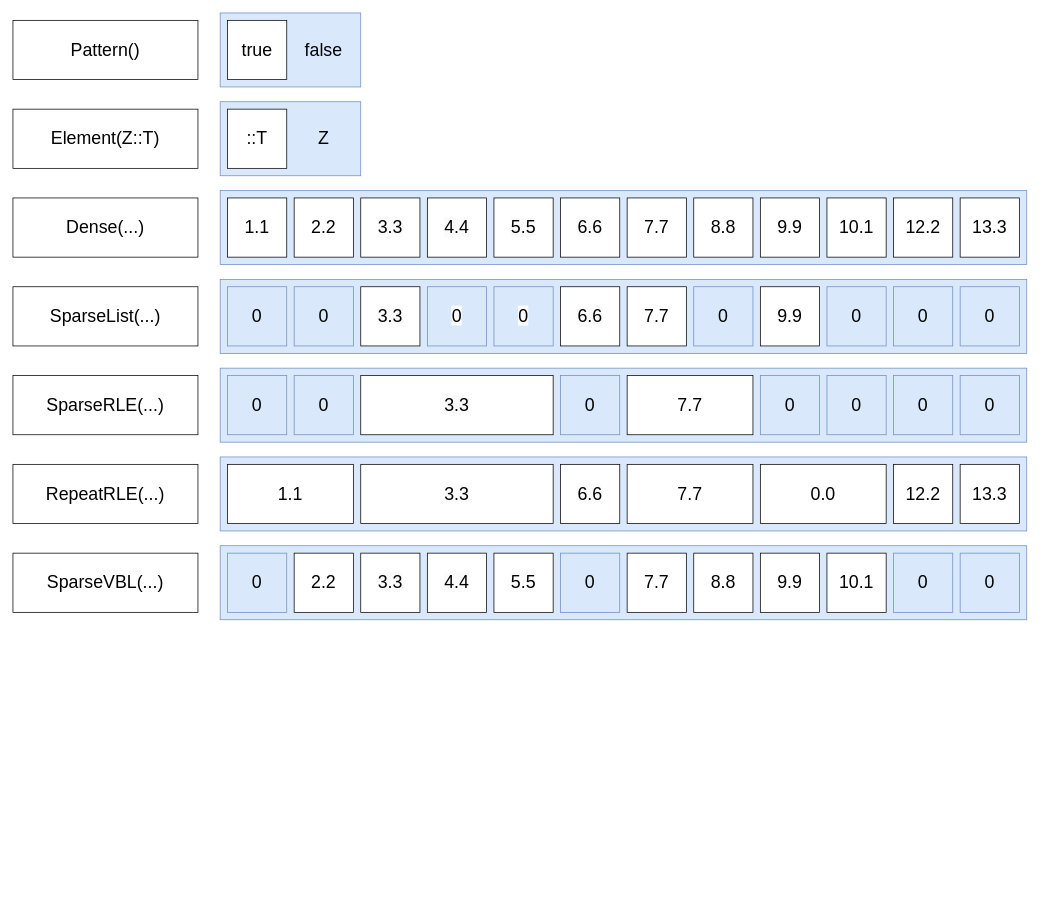
This is Levels.drawio from willow-ahrens/FinchSystemPaper, a draw.io file, before an edit. Source tidied: cells renumbered, new cells numbered last; positions are measured from the earlier drawing's top-left corner, leaving out a move shared by most shapes. Both pictures are drawn from the tidied source at 74%, with x=0, y=0 at pixel (13, 13).
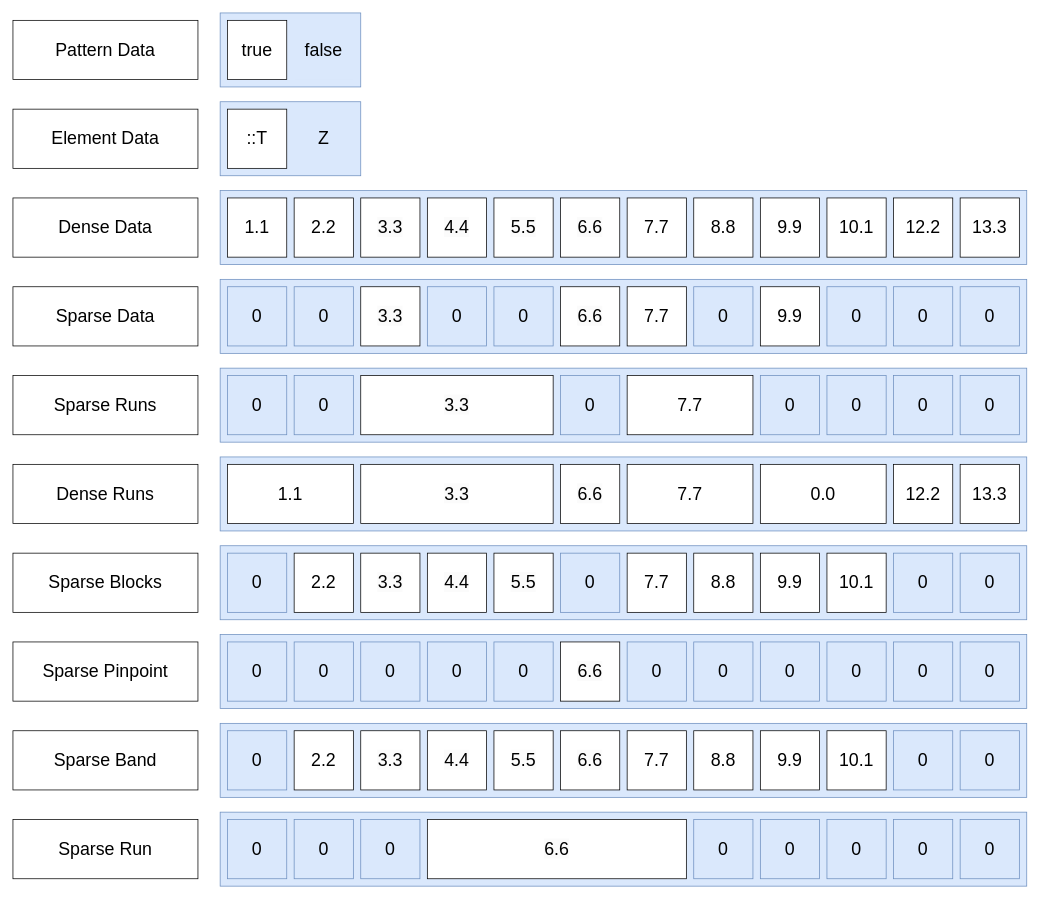
Above is the later version.

Unchanged cells that the change refers to:
```xml
<mxCell id="36" style="group;" parent="1" vertex="1">
  <mxGeometry x="280" y="360" width="1090" height="100" as="geometry" />
</mxCell>
```

The edit, as a diff of the source:
```diff
@@
-    <mxCell id="41" value="&lt;span style=&quot;color: rgb(0, 0, 0); font-family: Helvetica; font-size: 24px; font-style: normal; font-variant-ligatures: normal; font-variant-caps: normal; font-weight: 400; letter-spacing: normal; orphans: 2; text-align: center; text-indent: 0px; text-transform: none; widows: 2; word-spacing: 0px; -webkit-text-stroke-width: 0px; background-color: rgb(251, 251, 251); text-decoration-thickness: initial; text-decoration-style: initial; text-decoration-color: initial; float: none; display: inline !important;&quot;&gt;0&lt;/span&gt;" style="whiteSpace=wrap;html=1;fontSize=24;fillColor=#dae8fc;strokeColor=#6c8ebf;" parent="36" vertex="1">
+    <mxCell id="41" value="&lt;span style=&quot;color: rgb(0, 0, 0); font-family: Helvetica; font-size: 24px; font-style: normal; font-variant-ligatures: normal; font-variant-caps: normal; font-weight: 400; letter-spacing: normal; orphans: 2; text-align: center; text-indent: 0px; text-transform: none; widows: 2; word-spacing: 0px; -webkit-text-stroke-width: 0px; text-decoration-thickness: initial; text-decoration-style: initial; text-decoration-color: initial; float: none; display: inline !important;&quot;&gt;0&lt;/span&gt;" style="whiteSpace=wrap;html=1;fontSize=24;fillColor=#dae8fc;strokeColor=#6c8ebf;labelBackgroundColor=none;" parent="36" vertex="1">
       <mxGeometry x="280" y="10" width="80" height="80" as="geometry" />
     </mxCell>
-    <mxCell id="42" value="&lt;span style=&quot;color: rgb(0, 0, 0); font-family: Helvetica; font-size: 24px; font-style: normal; font-variant-ligatures: normal; font-variant-caps: normal; font-weight: 400; letter-spacing: normal; orphans: 2; text-align: center; text-indent: 0px; text-transform: none; widows: 2; word-spacing: 0px; -webkit-text-stroke-width: 0px; background-color: rgb(251, 251, 251); text-decoration-thickness: initial; text-decoration-style: initial; text-decoration-color: initial; float: none; display: inline !important;&quot;&gt;0&lt;/span&gt;" style="whiteSpace=wrap;html=1;fontSize=24;fillColor=#dae8fc;strokeColor=#6c8ebf;" parent="36" vertex="1">
+    <mxCell id="42" value="&lt;span style=&quot;color: rgb(0, 0, 0); font-family: Helvetica; font-size: 24px; font-style: normal; font-variant-ligatures: normal; font-variant-caps: normal; font-weight: 400; letter-spacing: normal; orphans: 2; text-align: center; text-indent: 0px; text-transform: none; widows: 2; word-spacing: 0px; -webkit-text-stroke-width: 0px; text-decoration-thickness: initial; text-decoration-style: initial; text-decoration-color: initial; float: none; display: inline !important;&quot;&gt;0&lt;/span&gt;" style="whiteSpace=wrap;html=1;fontSize=24;fillColor=#dae8fc;strokeColor=#6c8ebf;labelBackgroundColor=none;" parent="36" vertex="1">
       <mxGeometry x="370" y="10" width="80" height="80" as="geometry" />
     </mxCell>
@@
-    <mxCell id="70" value="Pattern()" style="whiteSpace=wrap;html=1;fontSize=24;" parent="1" vertex="1">
+    <mxCell id="70" value="Pattern Data" style="whiteSpace=wrap;html=1;fontSize=24;" parent="1" vertex="1">
       <mxGeometry y="10" width="250" height="80" as="geometry" />
     </mxCell>
-    <mxCell id="71" value="Element(Z::T)" style="whiteSpace=wrap;html=1;fontSize=24;" parent="1" vertex="1">
+    <mxCell id="71" value="Element Data" style="whiteSpace=wrap;html=1;fontSize=24;" parent="1" vertex="1">
       <mxGeometry y="130" width="250" height="80" as="geometry" />
     </mxCell>
-    <mxCell id="72" value="Dense(...)" style="whiteSpace=wrap;html=1;fontSize=24;" parent="1" vertex="1">
+    <mxCell id="72" value="Dense Data" style="whiteSpace=wrap;html=1;fontSize=24;" parent="1" vertex="1">
       <mxGeometry y="250" width="250" height="80" as="geometry" />
     </mxCell>
-    <mxCell id="73" value="SparseList(...)" style="whiteSpace=wrap;html=1;fontSize=24;" parent="1" vertex="1">
+    <mxCell id="73" value="Sparse Data" style="whiteSpace=wrap;html=1;fontSize=24;" parent="1" vertex="1">
       <mxGeometry y="370" width="250" height="80" as="geometry" />
     </mxCell>
-    <mxCell id="74" value="SparseRLE(...)" style="whiteSpace=wrap;html=1;fontSize=24;" parent="1" vertex="1">
+    <mxCell id="74" value="Sparse Runs" style="whiteSpace=wrap;html=1;fontSize=24;" parent="1" vertex="1">
       <mxGeometry y="490" width="250" height="80" as="geometry" />
     </mxCell>
-    <mxCell id="75" value="RepeatRLE(...)" style="whiteSpace=wrap;html=1;fontSize=24;" parent="1" vertex="1">
+    <mxCell id="75" value="Dense Runs" style="whiteSpace=wrap;html=1;fontSize=24;" parent="1" vertex="1">
       <mxGeometry y="610" width="250" height="80" as="geometry" />
     </mxCell>
-    <mxCell id="76" value="SparseVBL(...)" style="whiteSpace=wrap;html=1;fontSize=24;" parent="1" vertex="1">
+    <mxCell id="76" value="Sparse Blocks" style="whiteSpace=wrap;html=1;fontSize=24;" parent="1" vertex="1">
       <mxGeometry y="730" width="250" height="80" as="geometry" />
     </mxCell>
+    <mxCell id="77" style="group;" parent="1" vertex="1">
+      <mxGeometry x="280" y="840" width="1090" height="100" as="geometry" />
+    </mxCell>
+    <mxCell id="78" style="rounded=0;whiteSpace=wrap;html=1;fillColor=#dae8fc;strokeColor=#6c8ebf;fontSize=24;" parent="77" vertex="1">
+      <mxGeometry width="1090" height="100" as="geometry" />
+    </mxCell>
+    <mxCell id="79" value="0" style="whiteSpace=wrap;html=1;fontSize=24;fillColor=#dae8fc;strokeColor=#6c8ebf;" parent="77" vertex="1">
+      <mxGeometry x="100" y="10" width="80" height="80" as="geometry" />
+    </mxCell>
+    <mxCell id="80" value="0" style="whiteSpace=wrap;html=1;fontSize=24;fillColor=#dae8fc;strokeColor=#6c8ebf;" parent="77" vertex="1">
+      <mxGeometry x="10" y="10" width="80" height="80" as="geometry" />
+    </mxCell>
+    <mxCell id="81" value="&lt;span style=&quot;color: rgb(0, 0, 0); font-family: Helvetica; font-size: 24px; font-style: normal; font-variant-ligatures: normal; font-variant-caps: normal; font-weight: 400; letter-spacing: normal; orphans: 2; text-align: center; text-indent: 0px; text-transform: none; widows: 2; word-spacing: 0px; -webkit-text-stroke-width: 0px; text-decoration-thickness: initial; text-decoration-style: initial; text-decoration-color: initial; float: none; display: inline !important;&quot;&gt;0&lt;/span&gt;" style="whiteSpace=wrap;html=1;fontSize=24;fillColor=#dae8fc;strokeColor=#6c8ebf;labelBackgroundColor=none;" parent="77" vertex="1">
+      <mxGeometry x="280" y="10" width="80" height="80" as="geometry" />
+    </mxCell>
+    <mxCell id="82" value="&lt;span style=&quot;color: rgb(0, 0, 0); font-family: Helvetica; font-size: 24px; font-style: normal; font-variant-ligatures: normal; font-variant-caps: normal; font-weight: 400; letter-spacing: normal; orphans: 2; text-align: center; text-indent: 0px; text-transform: none; widows: 2; word-spacing: 0px; -webkit-text-stroke-width: 0px; text-decoration-thickness: initial; text-decoration-style: initial; text-decoration-color: initial; float: none; display: inline !important;&quot;&gt;0&lt;/span&gt;" style="whiteSpace=wrap;html=1;fontSize=24;fillColor=#dae8fc;strokeColor=#6c8ebf;labelBackgroundColor=none;" parent="77" vertex="1">
+      <mxGeometry x="370" y="10" width="80" height="80" as="geometry" />
+    </mxCell>
+    <mxCell id="83" value="&lt;span style=&quot;color: rgb(0, 0, 0); font-family: Helvetica; font-size: 24px; font-style: normal; font-variant-ligatures: normal; font-variant-caps: normal; font-weight: 400; letter-spacing: normal; orphans: 2; text-align: center; text-indent: 0px; text-transform: none; widows: 2; word-spacing: 0px; -webkit-text-stroke-width: 0px; background-color: rgb(251, 251, 251); text-decoration-thickness: initial; text-decoration-style: initial; text-decoration-color: initial; float: none; display: inline !important;&quot;&gt;6.6&lt;/span&gt;" style="whiteSpace=wrap;html=1;fontSize=24;" parent="77" vertex="1">
+      <mxGeometry x="460" y="10" width="80" height="80" as="geometry" />
+    </mxCell>
+    <mxCell id="84" value="0" style="whiteSpace=wrap;html=1;fontSize=24;fillColor=#dae8fc;strokeColor=#6c8ebf;" parent="77" vertex="1">
+      <mxGeometry x="640" y="10" width="80" height="80" as="geometry" />
+    </mxCell>
+    <mxCell id="85" value="0" style="whiteSpace=wrap;html=1;fontSize=24;fillColor=#dae8fc;strokeColor=#6c8ebf;" parent="77" vertex="1">
+      <mxGeometry x="820" y="10" width="80" height="80" as="geometry" />
+    </mxCell>
+    <mxCell id="86" value="0" style="whiteSpace=wrap;html=1;fontSize=24;fillColor=#dae8fc;strokeColor=#6c8ebf;" parent="77" vertex="1">
+      <mxGeometry x="910" y="10" width="80" height="80" as="geometry" />
+    </mxCell>
+    <mxCell id="87" value="0" style="whiteSpace=wrap;html=1;fontSize=24;fillColor=#dae8fc;strokeColor=#6c8ebf;" parent="77" vertex="1">
+      <mxGeometry x="1000" y="10" width="80" height="80" as="geometry" />
+    </mxCell>
+    <mxCell id="88" value="0" style="whiteSpace=wrap;html=1;fontSize=24;fillColor=#dae8fc;strokeColor=#6c8ebf;" parent="77" vertex="1">
+      <mxGeometry x="190" y="10" width="80" height="80" as="geometry" />
+    </mxCell>
+    <mxCell id="89" value="0" style="whiteSpace=wrap;html=1;fontSize=24;fillColor=#dae8fc;strokeColor=#6c8ebf;" parent="77" vertex="1">
+      <mxGeometry x="550" y="10" width="80" height="80" as="geometry" />
+    </mxCell>
+    <mxCell id="90" value="0" style="whiteSpace=wrap;html=1;fontSize=24;fillColor=#dae8fc;strokeColor=#6c8ebf;" parent="77" vertex="1">
+      <mxGeometry x="730" y="10" width="80" height="80" as="geometry" />
+    </mxCell>
+    <mxCell id="91" value="Sparse Pinpoint" style="whiteSpace=wrap;html=1;fontSize=24;" parent="1" vertex="1">
+      <mxGeometry y="850" width="250" height="80" as="geometry" />
+    </mxCell>
+    <mxCell id="92" value="Sparse Band" style="whiteSpace=wrap;html=1;fontSize=24;" parent="1" vertex="1">
+      <mxGeometry y="970" width="250" height="80" as="geometry" />
+    </mxCell>
+    <mxCell id="93" style="group;" parent="1" vertex="1">
+      <mxGeometry x="280" y="960" width="1090" height="100" as="geometry" />
+    </mxCell>
+    <mxCell id="94" style="rounded=0;whiteSpace=wrap;html=1;fillColor=#dae8fc;strokeColor=#6c8ebf;fontSize=24;" parent="93" vertex="1">
+      <mxGeometry width="1090" height="100" as="geometry" />
+    </mxCell>
+    <mxCell id="95" value="2.2" style="whiteSpace=wrap;html=1;fontSize=24;" parent="93" vertex="1">
+      <mxGeometry x="100" y="10" width="80" height="80" as="geometry" />
+    </mxCell>
+    <mxCell id="96" value="&lt;span style=&quot;color: rgb(0, 0, 0); font-family: Helvetica; font-size: 24px; font-style: normal; font-variant-ligatures: normal; font-variant-caps: normal; font-weight: 400; letter-spacing: normal; orphans: 2; text-align: center; text-indent: 0px; text-transform: none; widows: 2; word-spacing: 0px; -webkit-text-stroke-width: 0px; background-color: rgb(251, 251, 251); text-decoration-thickness: initial; text-decoration-style: initial; text-decoration-color: initial; float: none; display: inline !important;&quot;&gt;3.3&lt;/span&gt;" style="whiteSpace=wrap;html=1;fontSize=24;" parent="93" vertex="1">
+      <mxGeometry x="190" y="10" width="80" height="80" as="geometry" />
+    </mxCell>
+    <mxCell id="97" value="&lt;span style=&quot;color: rgb(0, 0, 0); font-family: Helvetica; font-size: 24px; font-style: normal; font-variant-ligatures: normal; font-variant-caps: normal; font-weight: 400; letter-spacing: normal; orphans: 2; text-align: center; text-indent: 0px; text-transform: none; widows: 2; word-spacing: 0px; -webkit-text-stroke-width: 0px; background-color: rgb(251, 251, 251); text-decoration-thickness: initial; text-decoration-style: initial; text-decoration-color: initial; float: none; display: inline !important;&quot;&gt;4.4&lt;/span&gt;" style="whiteSpace=wrap;html=1;fontSize=24;" parent="93" vertex="1">
+      <mxGeometry x="280" y="10" width="80" height="80" as="geometry" />
+    </mxCell>
+    <mxCell id="98" value="&lt;span style=&quot;color: rgb(0, 0, 0); font-family: Helvetica; font-size: 24px; font-style: normal; font-variant-ligatures: normal; font-variant-caps: normal; font-weight: 400; letter-spacing: normal; orphans: 2; text-align: center; text-indent: 0px; text-transform: none; widows: 2; word-spacing: 0px; -webkit-text-stroke-width: 0px; background-color: rgb(251, 251, 251); text-decoration-thickness: initial; text-decoration-style: initial; text-decoration-color: initial; float: none; display: inline !important;&quot;&gt;5.5&lt;/span&gt;" style="whiteSpace=wrap;html=1;fontSize=24;" parent="93" vertex="1">
+      <mxGeometry x="370" y="10" width="80" height="80" as="geometry" />
+    </mxCell>
+    <mxCell id="99" value="8.8" style="whiteSpace=wrap;html=1;fontSize=24;" parent="93" vertex="1">
+      <mxGeometry x="640" y="10" width="80" height="80" as="geometry" />
+    </mxCell>
+    <mxCell id="100" value="7.7" style="whiteSpace=wrap;html=1;fontSize=24;" parent="93" vertex="1">
+      <mxGeometry x="550" y="10" width="80" height="80" as="geometry" />
+    </mxCell>
+    <mxCell id="101" value="9.9" style="whiteSpace=wrap;html=1;fontSize=24;" parent="93" vertex="1">
+      <mxGeometry x="730" y="10" width="80" height="80" as="geometry" />
+    </mxCell>
+    <mxCell id="102" value="10.1" style="whiteSpace=wrap;html=1;fontSize=24;" parent="93" vertex="1">
+      <mxGeometry x="820" y="10" width="80" height="80" as="geometry" />
+    </mxCell>
+    <mxCell id="103" value="0" style="whiteSpace=wrap;html=1;fontSize=24;fillColor=#dae8fc;strokeColor=#6c8ebf;" parent="93" vertex="1">
+      <mxGeometry x="10" y="10" width="80" height="80" as="geometry" />
+    </mxCell>
+    <mxCell id="104" value="0" style="whiteSpace=wrap;html=1;fontSize=24;fillColor=#dae8fc;strokeColor=#6c8ebf;" parent="93" vertex="1">
+      <mxGeometry x="910" y="10" width="80" height="80" as="geometry" />
+    </mxCell>
+    <mxCell id="105" value="0" style="whiteSpace=wrap;html=1;fontSize=24;fillColor=#dae8fc;strokeColor=#6c8ebf;" parent="93" vertex="1">
+      <mxGeometry x="1000" y="10" width="80" height="80" as="geometry" />
+    </mxCell>
+    <mxCell id="106" value="&lt;span style=&quot;color: rgb(0, 0, 0); font-family: Helvetica; font-size: 24px; font-style: normal; font-variant-ligatures: normal; font-variant-caps: normal; font-weight: 400; letter-spacing: normal; orphans: 2; text-align: center; text-indent: 0px; text-transform: none; widows: 2; word-spacing: 0px; -webkit-text-stroke-width: 0px; background-color: rgb(251, 251, 251); text-decoration-thickness: initial; text-decoration-style: initial; text-decoration-color: initial; float: none; display: inline !important;&quot;&gt;6.6&lt;/span&gt;" style="whiteSpace=wrap;html=1;fontSize=24;" parent="93" vertex="1">
+      <mxGeometry x="460" y="10" width="80" height="80" as="geometry" />
+    </mxCell>
+    <mxCell id="107" style="group;" parent="1" vertex="1">
+      <mxGeometry x="280" y="1080" width="1090" height="100" as="geometry" />
+    </mxCell>
+    <mxCell id="108" style="rounded=0;whiteSpace=wrap;html=1;fillColor=#dae8fc;strokeColor=#6c8ebf;fontSize=24;" parent="107" vertex="1">
+      <mxGeometry width="1090" height="100" as="geometry" />
+    </mxCell>
+    <mxCell id="109" value="0" style="whiteSpace=wrap;html=1;fontSize=24;fillColor=#dae8fc;strokeColor=#6c8ebf;" parent="107" vertex="1">
+      <mxGeometry x="100" y="10" width="80" height="80" as="geometry" />
+    </mxCell>
+    <mxCell id="110" value="0" style="whiteSpace=wrap;html=1;fontSize=24;fillColor=#dae8fc;strokeColor=#6c8ebf;" parent="107" vertex="1">
+      <mxGeometry x="10" y="10" width="80" height="80" as="geometry" />
+    </mxCell>
+    <mxCell id="111" value="&lt;span style=&quot;color: rgb(0, 0, 0); font-family: Helvetica; font-size: 24px; font-style: normal; font-variant-ligatures: normal; font-variant-caps: normal; font-weight: 400; letter-spacing: normal; orphans: 2; text-align: center; text-indent: 0px; text-transform: none; widows: 2; word-spacing: 0px; -webkit-text-stroke-width: 0px; background-color: rgb(251, 251, 251); text-decoration-thickness: initial; text-decoration-style: initial; text-decoration-color: initial; float: none; display: inline !important;&quot;&gt;6.6&lt;/span&gt;" style="whiteSpace=wrap;html=1;fontSize=24;" parent="107" vertex="1">
+      <mxGeometry x="280" y="10" width="350" height="80" as="geometry" />
+    </mxCell>
+    <mxCell id="112" value="0" style="whiteSpace=wrap;html=1;fontSize=24;fillColor=#dae8fc;strokeColor=#6c8ebf;" parent="107" vertex="1">
+      <mxGeometry x="640" y="10" width="80" height="80" as="geometry" />
+    </mxCell>
+    <mxCell id="113" value="0" style="whiteSpace=wrap;html=1;fontSize=24;fillColor=#dae8fc;strokeColor=#6c8ebf;" parent="107" vertex="1">
+      <mxGeometry x="820" y="10" width="80" height="80" as="geometry" />
+    </mxCell>
+    <mxCell id="114" value="0" style="whiteSpace=wrap;html=1;fontSize=24;fillColor=#dae8fc;strokeColor=#6c8ebf;" parent="107" vertex="1">
+      <mxGeometry x="910" y="10" width="80" height="80" as="geometry" />
+    </mxCell>
+    <mxCell id="115" value="0" style="whiteSpace=wrap;html=1;fontSize=24;fillColor=#dae8fc;strokeColor=#6c8ebf;" parent="107" vertex="1">
+      <mxGeometry x="1000" y="10" width="80" height="80" as="geometry" />
+    </mxCell>
+    <mxCell id="116" value="0" style="whiteSpace=wrap;html=1;fontSize=24;fillColor=#dae8fc;strokeColor=#6c8ebf;" parent="107" vertex="1">
+      <mxGeometry x="190" y="10" width="80" height="80" as="geometry" />
+    </mxCell>
+    <mxCell id="117" value="0" style="whiteSpace=wrap;html=1;fontSize=24;fillColor=#dae8fc;strokeColor=#6c8ebf;" parent="107" vertex="1">
+      <mxGeometry x="730" y="10" width="80" height="80" as="geometry" />
+    </mxCell>
+    <mxCell id="118" value="Sparse Run" style="whiteSpace=wrap;html=1;fontSize=24;" parent="1" vertex="1">
+      <mxGeometry y="1090" width="250" height="80" as="geometry" />
+    </mxCell>
```
